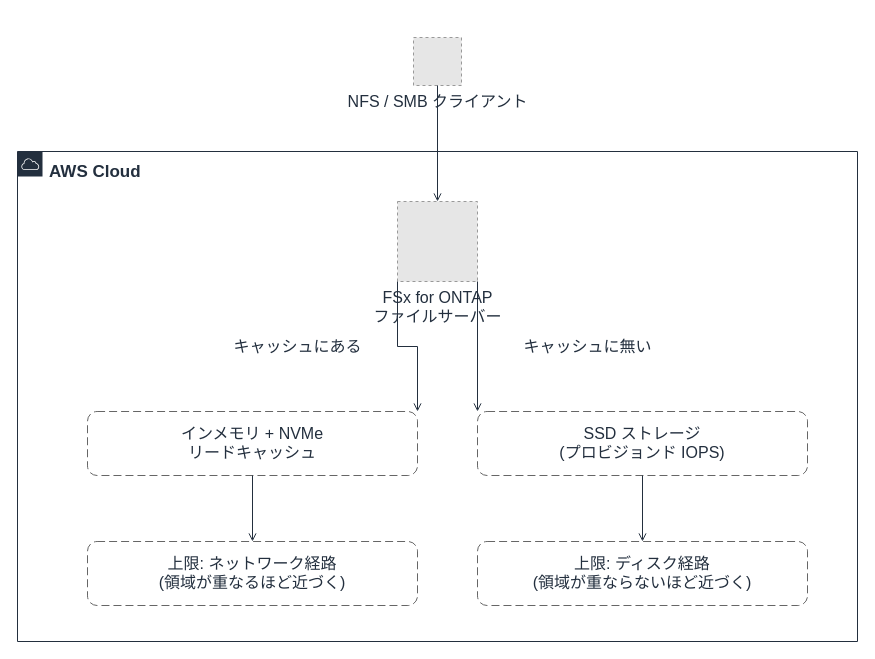
Earlier version of the draw.io diagram docs/_assets/diagrams/s3burst-two-ceilings.drawio (Yoshiki0705/S3-Burst-on-ONTAP-Files). Source tidied: cells renumbered, new cells numbered last; positions are measured from the earlier drawing's top-left corner, leaving out a move shared by most shapes. Both pictures are drawn from the tidied source at 100%, with x=0, y=0 at pixel (17, 37). Pictures stored in the file or linked from it are replaced by grey dashed boxes.
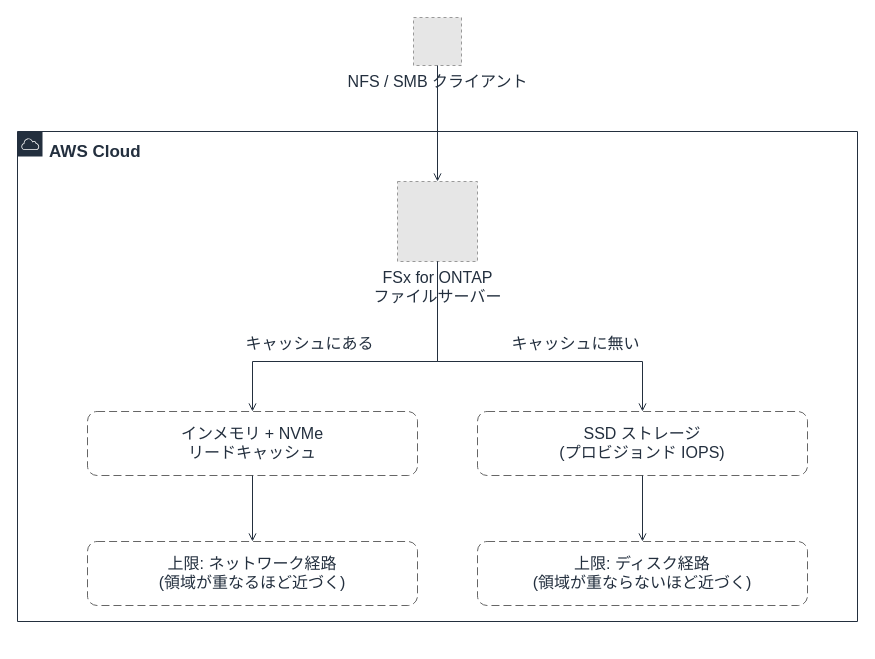
The same diagram, later.

What changed in the source:
```diff
@@
 <mxGraphModel>
   <root>
     <mxCell id="0" />
     <mxCell id="1" parent="0" />
     <mxCell id="2" value="AWS Cloud" style="gradientColor=none;html=1;whiteSpace=wrap;fontSize=17;fontStyle=1;fontColor=#232F3E;shape=mxgraph.aws4.group;grIcon=mxgraph.aws4.group_aws_cloud;strokeColor=#232F3E;fillColor=none;verticalAlign=top;align=left;spacingLeft=30;spacingTop=4;dashed=0;" parent="1" vertex="1">
-      <mxGeometry y="114" width="840" height="490" as="geometry" />
+      <mxGeometry y="94" width="840" height="490" as="geometry" />
     </mxCell>
     <mxCell id="3" value="インメモリ + NVMe&#10;リードキャッシュ" style="rounded=1;whiteSpace=wrap;html=1;dashed=1;dashPattern=8 4;strokeColor=#666666;fillColor=none;fontColor=#232F3E;fontSize=16;verticalAlign=top;align=center;spacingTop=6;" parent="1" vertex="1">
       <mxGeometry x="70" y="374" width="330" height="64" as="geometry" />
     </mxCell>
     <mxCell id="4" value="SSD ストレージ&#10;(プロビジョンド IOPS)" style="rounded=1;whiteSpace=wrap;html=1;dashed=1;dashPattern=8 4;strokeColor=#666666;fillColor=none;fontColor=#232F3E;fontSize=16;verticalAlign=top;align=center;spacingTop=6;" parent="1" vertex="1">
       <mxGeometry x="460" y="374" width="330" height="64" as="geometry" />
     </mxCell>
     <mxCell id="5" value="上限: ネットワーク経路&#10;(領域が重なるほど近づく)" style="rounded=1;whiteSpace=wrap;html=1;dashed=1;dashPattern=8 4;strokeColor=#666666;fillColor=none;fontColor=#232F3E;fontSize=16;verticalAlign=top;align=center;spacingTop=6;" parent="1" vertex="1">
       <mxGeometry x="70" y="504" width="330" height="64" as="geometry" />
     </mxCell>
     <mxCell id="6" value="上限: ディスク経路&#10;(領域が重ならないほど近づく)" style="rounded=1;whiteSpace=wrap;html=1;dashed=1;dashPattern=8 4;strokeColor=#666666;fillColor=none;fontColor=#232F3E;fontSize=16;verticalAlign=top;align=center;spacingTop=6;" parent="1" vertex="1">
       <mxGeometry x="460" y="504" width="330" height="64" as="geometry" />
     </mxCell>
     <mxCell id="7" value="NFS / SMB クライアント" style="fillColor=#E6E6E6;strokeColor=#999999;dashed=1;html=1;verticalLabelPosition=bottom;verticalAlign=top;labelPosition=center;align=center;fontSize=16;fontColor=#232F3E;" parent="1" vertex="1">
-      <mxGeometry x="396" width="48" height="48" as="geometry" />
+      <mxGeometry x="396" y="-20" width="48" height="48" as="geometry" />
     </mxCell>
     <mxCell id="8" value="FSx for ONTAP&#10;ファイルサーバー" style="fillColor=#E6E6E6;strokeColor=#999999;dashed=1;html=1;verticalLabelPosition=bottom;verticalAlign=top;labelPosition=center;align=center;fontSize=16;fontColor=#232F3E;" parent="1" vertex="1">
-      <mxGeometry x="380" y="164" width="80" height="80" as="geometry" />
+      <mxGeometry x="380" y="144" width="80" height="80" as="geometry" />
     </mxCell>
     <mxCell id="9" style="edgeStyle=orthogonalEdgeStyle;rounded=0;html=1;endArrow=open;endFill=0;strokeColor=#232F3E;strokeWidth=1;fontSize=16;fontColor=#232F3E;" parent="1" edge="1" source="7" target="8">
       <mxGeometry relative="1" as="geometry" />
     </mxCell>
-    <mxCell id="10" value="キャッシュにある" style="edgeStyle=orthogonalEdgeStyle;rounded=0;html=1;endArrow=open;endFill=0;strokeColor=#232F3E;strokeWidth=1;fontSize=16;fontColor=#232F3E;exitX=0.0;exitY=1.0;exitDx=0;exitDy=0;entryX=1.0;entryY=0.0;entryDx=0;entryDy=0;" parent="1" edge="1" source="8" target="3">
+    <mxCell id="10" value="キャッシュにある" style="edgeStyle=orthogonalEdgeStyle;rounded=0;html=1;endArrow=open;endFill=0;strokeColor=#232F3E;strokeWidth=1;fontSize=16;fontColor=#232F3E;exitX=0.5;exitY=1.0;exitDx=0;exitDy=0;entryX=0.5;entryY=0.0;entryDx=0;entryDy=0;" parent="1" edge="1" source="8" target="3">
       <mxGeometry relative="1" as="geometry">
-        <mxPoint x="-110" as="offset" />
+        <Array as="points">
+          <mxPoint x="420" y="324" />
+          <mxPoint x="235" y="324" />
+        </Array>
+        <mxPoint x="-60" y="-18" as="offset" />
       </mxGeometry>
     </mxCell>
-    <mxCell id="11" value="キャッシュに無い" style="edgeStyle=orthogonalEdgeStyle;rounded=0;html=1;endArrow=open;endFill=0;strokeColor=#232F3E;strokeWidth=1;fontSize=16;fontColor=#232F3E;exitX=1.0;exitY=1.0;exitDx=0;exitDy=0;entryX=0.0;entryY=0.0;entryDx=0;entryDy=0;" parent="1" edge="1" source="8" target="4">
+    <mxCell id="11" value="キャッシュに無い" style="edgeStyle=orthogonalEdgeStyle;rounded=0;html=1;endArrow=open;endFill=0;strokeColor=#232F3E;strokeWidth=1;fontSize=16;fontColor=#232F3E;exitX=0.5;exitY=1.0;exitDx=0;exitDy=0;entryX=0.5;entryY=0.0;entryDx=0;entryDy=0;" parent="1" edge="1" source="8" target="4">
       <mxGeometry relative="1" as="geometry">
-        <mxPoint x="110" as="offset" />
+        <Array as="points">
+          <mxPoint x="420" y="324" />
+          <mxPoint x="625" y="324" />
+        </Array>
+        <mxPoint x="60" y="-18" as="offset" />
       </mxGeometry>
     </mxCell>
     <mxCell id="12" style="edgeStyle=orthogonalEdgeStyle;rounded=0;html=1;endArrow=open;endFill=0;strokeColor=#232F3E;strokeWidth=1;fontSize=16;fontColor=#232F3E;" parent="1" edge="1" source="3" target="5">
       <mxGeometry relative="1" as="geometry" />
     </mxCell>
     <mxCell id="13" style="edgeStyle=orthogonalEdgeStyle;rounded=0;html=1;endArrow=open;endFill=0;strokeColor=#232F3E;strokeWidth=1;fontSize=16;fontColor=#232F3E;" parent="1" edge="1" source="4" target="6">
       <mxGeometry relative="1" as="geometry" />
     </mxCell>
   </root>
 </mxGraphModel>
```
